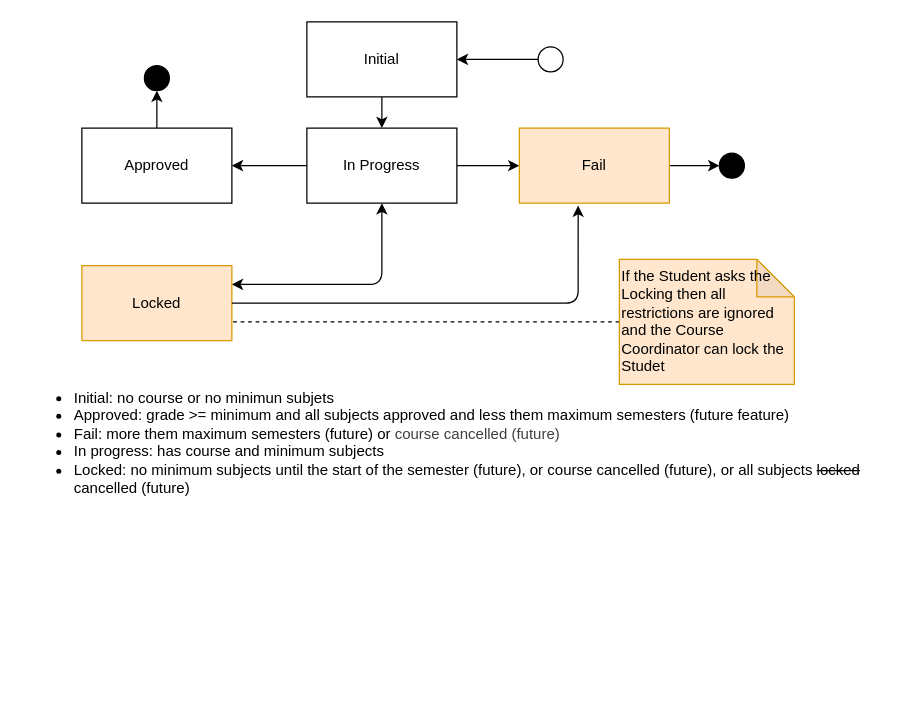
Earlier version of the draw.io diagram page "StudentState" (4 of 10) of architecture/components-phase1.drawio (douglasdcm/tdd_detroid). Source tidied: cells renumbered, new cells numbered last; positions are measured from the earlier drawing's top-left corner, leaving out a move shared by most shapes. Both pictures are drawn from the tidied source at 125%, with x=0, y=0 at pixel (21, 21).
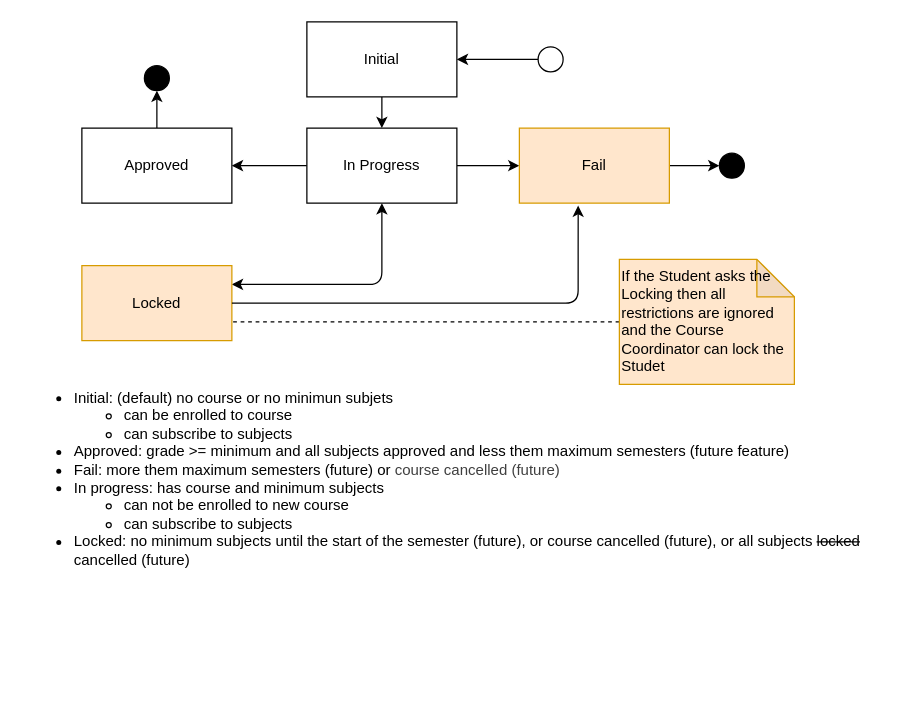
After the change.

What changed in the source:
```diff
@@
-    <mxCell id="16" value="&lt;div&gt;&lt;ul&gt;&lt;li&gt;Initial: no course or no minimun subjets&lt;/li&gt;&lt;li&gt;Approved: grade &amp;gt;= minimum and all subjects approved and less them maximum semesters (future feature)&lt;/li&gt;&lt;li&gt;Fail: more them maximum semesters (future) or&amp;nbsp;&lt;span style=&quot;color: rgb(63, 63, 63); background-color: transparent;&quot;&gt;course cancelled (future)&lt;/span&gt;&lt;/li&gt;&lt;li&gt;In progress: has course and minimum subjects&lt;/li&gt;&lt;li&gt;Locked: no minimum subjects until the start of the semester (future), or course cancelled (future), or all subjects &lt;strike&gt;locked&lt;/strike&gt; cancelled (future)&lt;/li&gt;&lt;/ul&gt;&lt;/div&gt;" style="text;html=1;align=left;verticalAlign=top;whiteSpace=wrap;rounded=0;" parent="1" vertex="1">
+    <mxCell id="16" value="&lt;div&gt;&lt;ul&gt;&lt;li&gt;Initial: (default) no course or no minimun subjets&lt;/li&gt;&lt;ul&gt;&lt;li&gt;can be enrolled to course&lt;/li&gt;&lt;li&gt;can subscribe to subjects&lt;/li&gt;&lt;/ul&gt;&lt;li&gt;Approved: grade &amp;gt;= minimum and all subjects approved and less them maximum semesters (future feature)&lt;/li&gt;&lt;li&gt;Fail: more them maximum semesters (future) or&amp;nbsp;&lt;span style=&quot;color: rgb(63, 63, 63); background-color: transparent;&quot;&gt;course cancelled (future)&lt;/span&gt;&lt;/li&gt;&lt;li&gt;In progress: has course and minimum subjects&lt;/li&gt;&lt;ul&gt;&lt;li&gt;can not be enrolled to new course&lt;/li&gt;&lt;li&gt;can subscribe to subjects&lt;/li&gt;&lt;/ul&gt;&lt;li&gt;Locked: no minimum subjects until the start of the semester (future), or course cancelled (future), or all subjects &lt;strike&gt;locked&lt;/strike&gt; cancelled (future)&lt;/li&gt;&lt;/ul&gt;&lt;/div&gt;" style="text;html=1;align=left;verticalAlign=top;whiteSpace=wrap;rounded=0;" parent="1" vertex="1">
       <mxGeometry y="275" width="700" height="260" as="geometry" />
     </mxCell>
```
